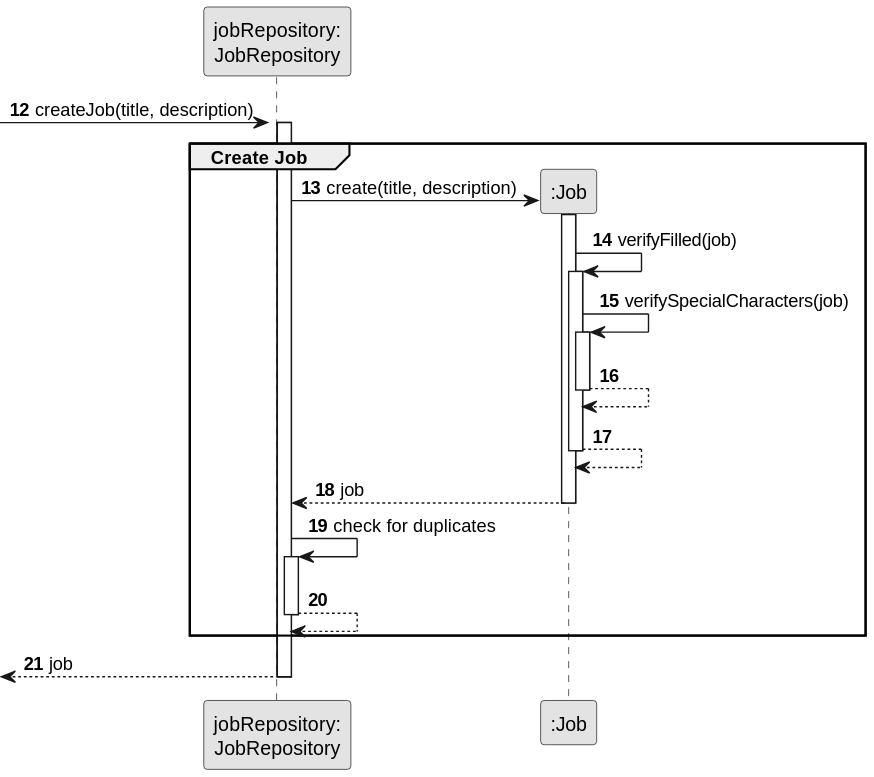
ricardomm7/leaflink keeps this PlantUML diagram as docs/sprintB/us002/03.design/svg/us002-sequence-diagram-partial-create-job.svg. Above is the earlier version.
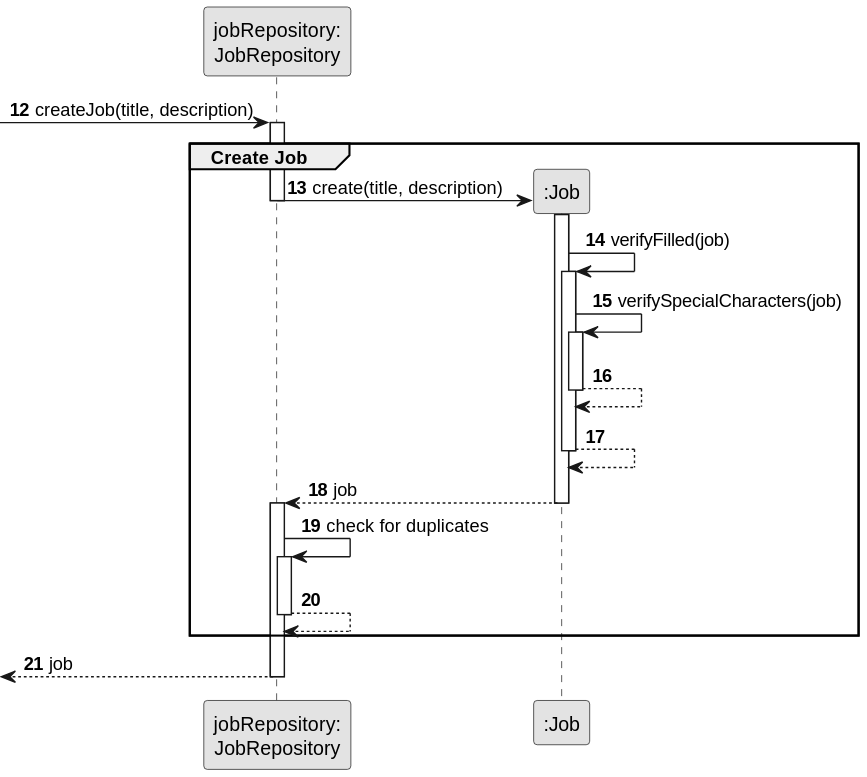
Later version of the same file.

Change to the diagram source:
```diff
@@ -11,9 +11,9 @@
 activate JobRepository
 
 group Create Job
-activate JobRepository
 
     JobRepository -> Job** : create(title, description)
+    deactivate JobRepository
         activate Job
 
     Job -> Job : verifyFilled(job)
@@ -26,6 +26,7 @@
     deactivate Job
     Job --> JobRepository : job
     deactivate Job
+    activate JobRepository
     JobRepository -> JobRepository : check for duplicates
     activate JobRepository
     JobRepository --> JobRepository
```
